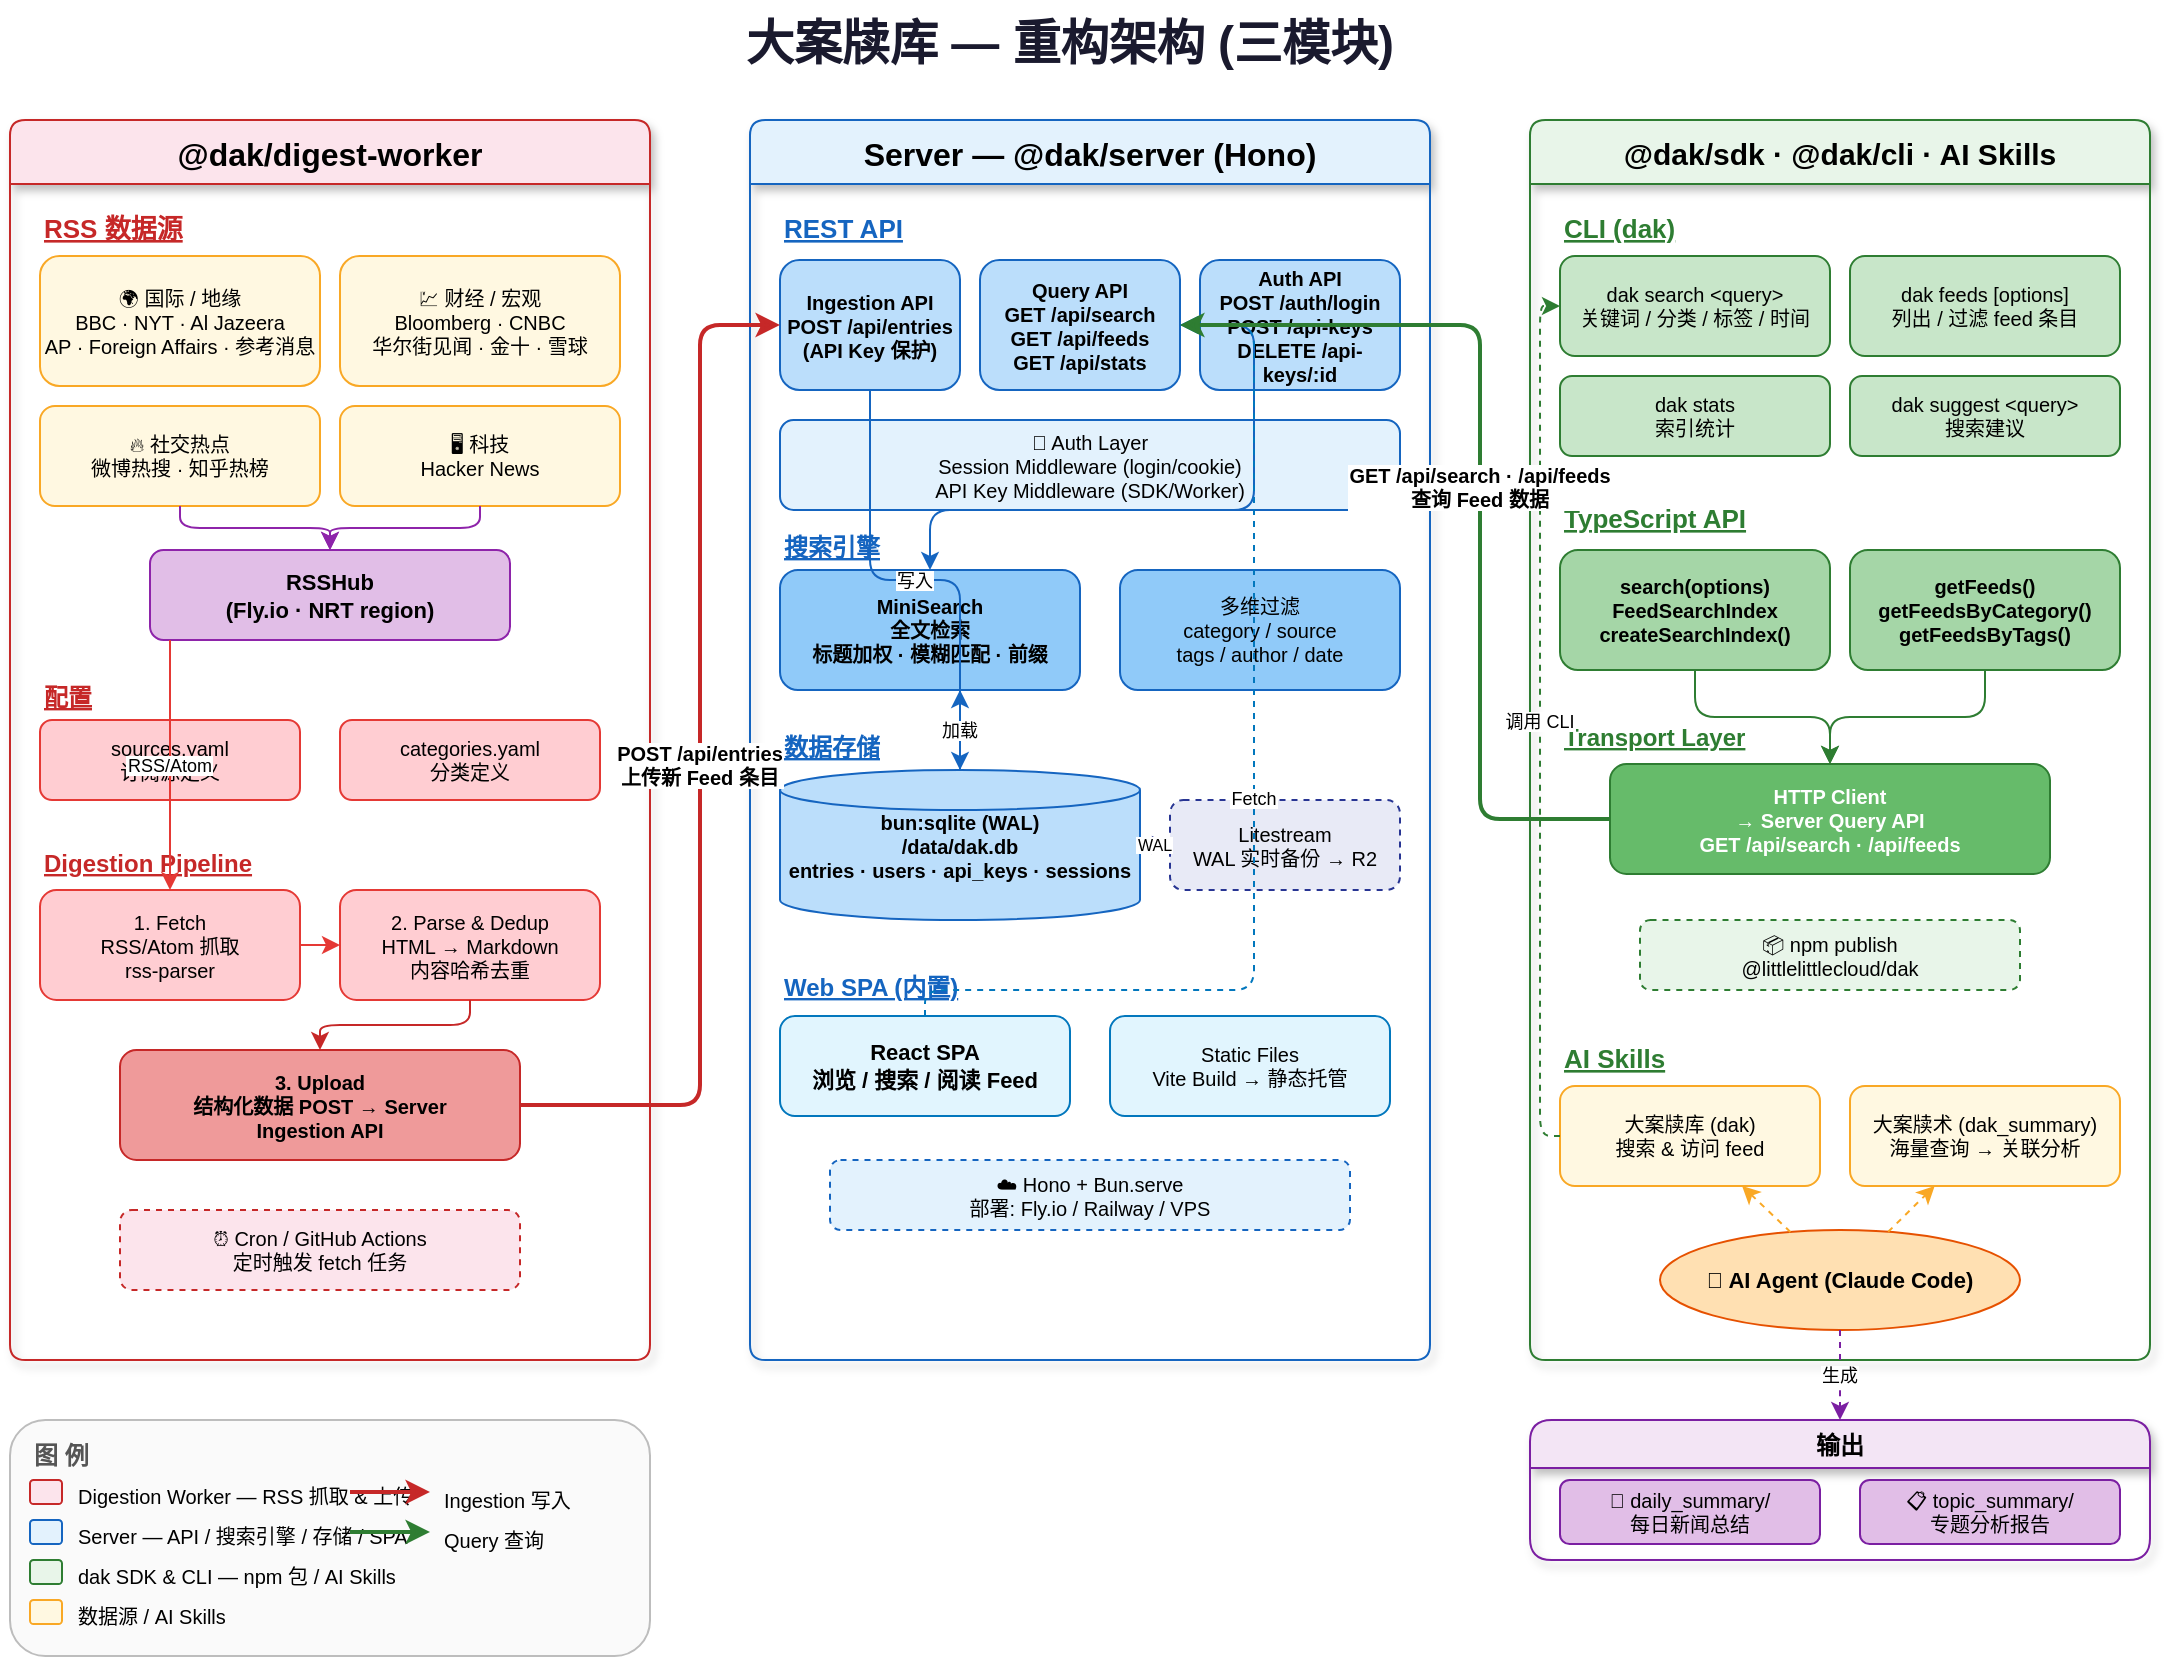
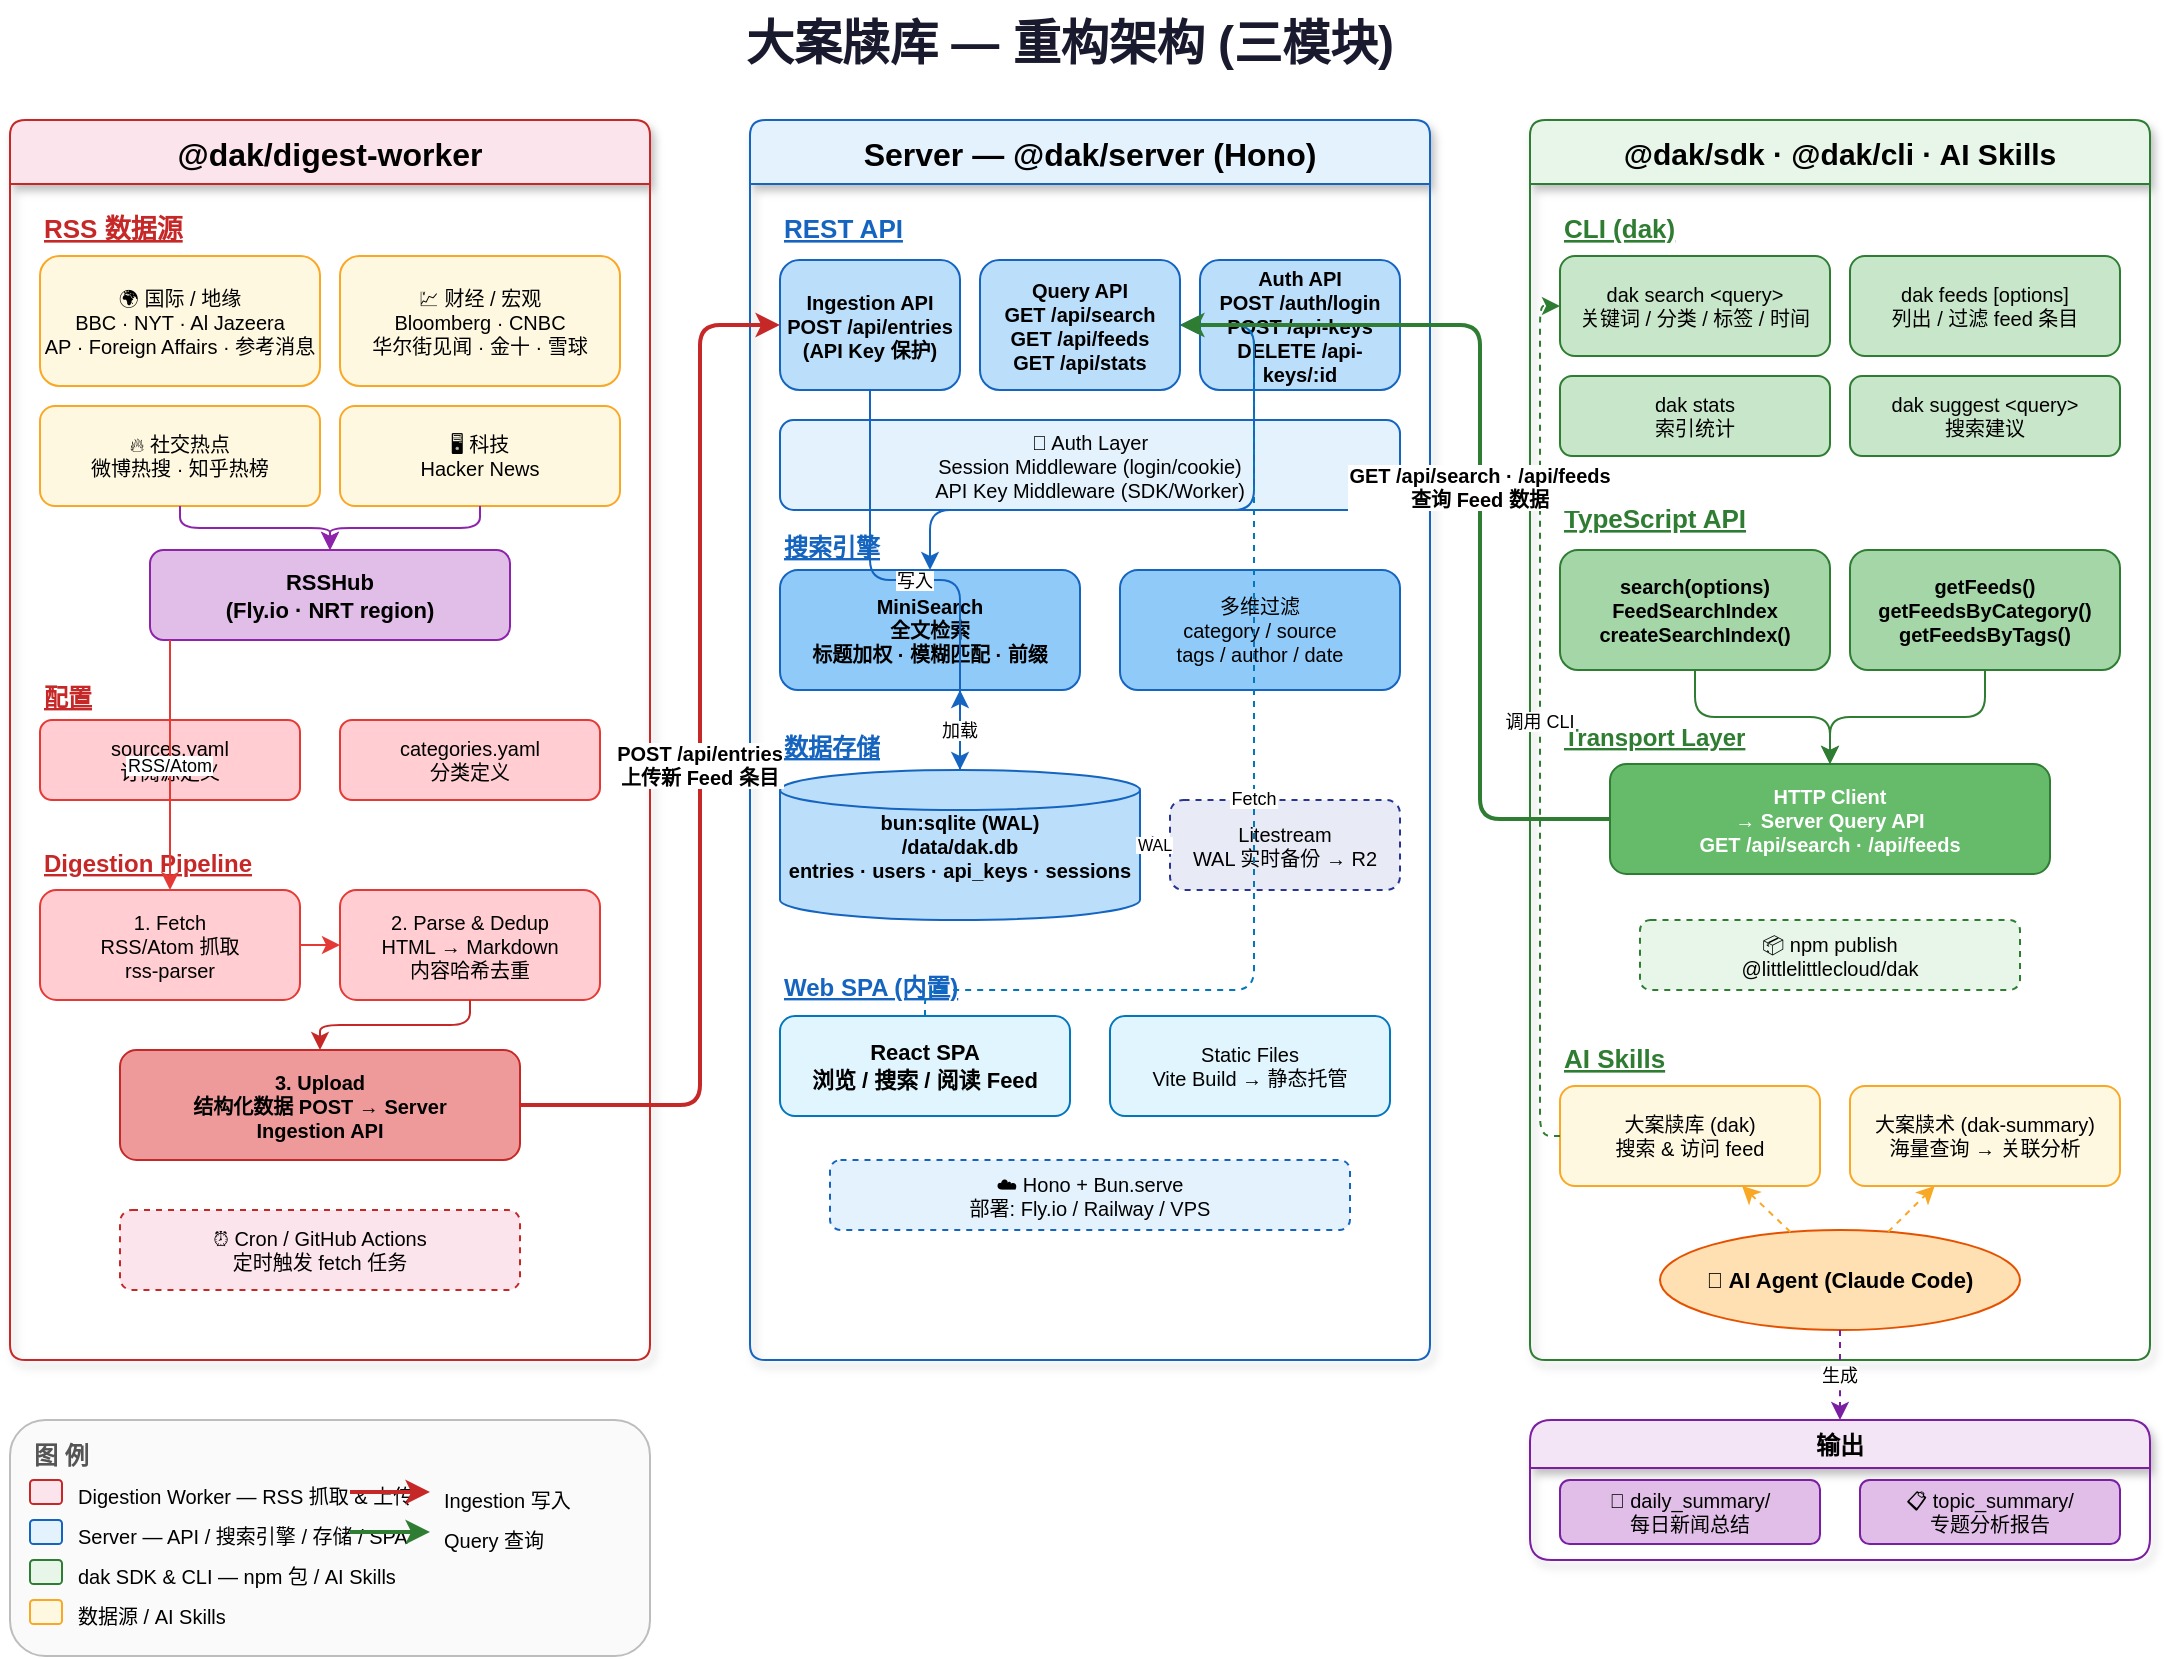
<mxfile host="65bd71144e">
    <diagram name="大案牍库 — 重构架构" id="arch-v2">
        <mxGraphModel dx="736" dy="634" grid="0" gridSize="10" guides="1" tooltips="1" connect="1" arrows="1" fold="1" page="1" pageScale="1" pageWidth="1200" pageHeight="900" math="0" shadow="0">
            <root>
                <mxCell id="0"/>
                <mxCell id="1" parent="0"/>
                <mxCell id="title" value="大案牍库 — 重构架构 (三模块)" style="text;fontSize=24;fontStyle=1;fillColor=none;strokeColor=none;fontColor=#1a1a2e;align=center;" parent="1" vertex="1">
                    <mxGeometry x="250" y="10" width="600" height="40" as="geometry"/>
                </mxCell>
                <mxCell id="dw_boundary" value="@dak/digest-worker" style="swimlane;startSize=32;fillColor=#fce4ec;strokeColor=#c62828;fontStyle=1;fontSize=16;rounded=1;swimlaneLine=1;arcSize=8;shadow=1;" parent="1" vertex="1">
                    <mxGeometry x="20" y="70" width="320" height="620" as="geometry"/>
                </mxCell>
                <mxCell id="dw_sources_label" value="RSS 数据源" style="text;fontSize=13;fontStyle=5;fillColor=none;strokeColor=none;fontColor=#c62828;" parent="dw_boundary" vertex="1">
                    <mxGeometry x="15" y="40" width="120" height="22" as="geometry"/>
                </mxCell>
                <mxCell id="dw_src_intl" value="🌍 国际 / 地缘&#xa;BBC · NYT · Al Jazeera&#xa;AP · Foreign Affairs · 参考消息" style="rounded=1;whiteSpace=wrap;fillColor=#fff8e1;strokeColor=#f9a825;fontSize=10;" parent="dw_boundary" vertex="1">
                    <mxGeometry x="15" y="68" width="140" height="65" as="geometry"/>
                </mxCell>
                <mxCell id="dw_src_fin" value="💹 财经 / 宏观&#xa;Bloomberg · CNBC&#xa;华尔街见闻 · 金十 · 雪球" style="rounded=1;whiteSpace=wrap;fillColor=#fff8e1;strokeColor=#f9a825;fontSize=10;" parent="dw_boundary" vertex="1">
                    <mxGeometry x="165" y="68" width="140" height="65" as="geometry"/>
                </mxCell>
                <mxCell id="dw_src_social" value="🔥 社交热点&#xa;微博热搜 · 知乎热榜" style="rounded=1;whiteSpace=wrap;fillColor=#fff8e1;strokeColor=#f9a825;fontSize=10;" parent="dw_boundary" vertex="1">
                    <mxGeometry x="15" y="143" width="140" height="50" as="geometry"/>
                </mxCell>
                <mxCell id="dw_src_tech" value="🖥 科技&#xa;Hacker News" style="rounded=1;whiteSpace=wrap;fillColor=#fff8e1;strokeColor=#f9a825;fontSize=10;" parent="dw_boundary" vertex="1">
                    <mxGeometry x="165" y="143" width="140" height="50" as="geometry"/>
                </mxCell>
                <mxCell id="dw_rsshub" value="RSSHub&#xa;(Fly.io · NRT region)" style="rounded=1;whiteSpace=wrap;fillColor=#e1bee7;strokeColor=#8e24aa;fontStyle=1;fontSize=11;" parent="dw_boundary" vertex="1">
                    <mxGeometry x="70" y="215" width="180" height="45" as="geometry"/>
                </mxCell>
                <mxCell id="e_src_rsshub" value="" style="edgeStyle=orthogonalEdgeStyle;rounded=1;strokeColor=#8e24aa;exitX=0.5;exitY=1;entryX=0.5;entryY=0;" parent="dw_boundary" source="dw_src_social" target="dw_rsshub" edge="1">
                    <mxGeometry relative="1" as="geometry"/>
                </mxCell>
                <mxCell id="e_src2_rsshub" value="" style="edgeStyle=orthogonalEdgeStyle;rounded=1;strokeColor=#8e24aa;exitX=0.5;exitY=1;entryX=0.5;entryY=0;" parent="dw_boundary" source="dw_src_tech" target="dw_rsshub" edge="1">
                    <mxGeometry relative="1" as="geometry"/>
                </mxCell>
                <mxCell id="dw_config_label" value="配置" style="text;fontSize=12;fontStyle=5;fillColor=none;strokeColor=none;fontColor=#c62828;" parent="dw_boundary" vertex="1">
                    <mxGeometry x="15" y="275" width="60" height="20" as="geometry"/>
                </mxCell>
                <mxCell id="dw_sources_yaml" value="sources.yaml&#xa;订阅源定义" style="rounded=1;whiteSpace=wrap;fillColor=#ffcdd2;strokeColor=#e53935;fontSize=10;" parent="dw_boundary" vertex="1">
                    <mxGeometry x="15" y="300" width="130" height="40" as="geometry"/>
                </mxCell>
                <mxCell id="dw_cats_yaml" value="categories.yaml&#xa;分类定义" style="rounded=1;whiteSpace=wrap;fillColor=#ffcdd2;strokeColor=#e53935;fontSize=10;" parent="dw_boundary" vertex="1">
                    <mxGeometry x="165" y="300" width="130" height="40" as="geometry"/>
                </mxCell>
                <mxCell id="dw_pipeline_label" value="Digestion Pipeline" style="text;fontSize=12;fontStyle=5;fillColor=none;strokeColor=none;fontColor=#c62828;" parent="dw_boundary" vertex="1">
                    <mxGeometry x="15" y="358" width="150" height="20" as="geometry"/>
                </mxCell>
                <mxCell id="dw_fetch" value="1. Fetch&#xa;RSS/Atom 抓取&#xa;rss-parser" style="rounded=1;whiteSpace=wrap;fillColor=#ffcdd2;strokeColor=#e53935;fontSize=10;fontStyle=0;" parent="dw_boundary" vertex="1">
                    <mxGeometry x="15" y="385" width="130" height="55" as="geometry"/>
                </mxCell>
                <mxCell id="dw_parse" value="2. Parse &amp; Dedup&#xa;HTML → Markdown&#xa;内容哈希去重" style="rounded=1;whiteSpace=wrap;fillColor=#ffcdd2;strokeColor=#e53935;fontSize=10;" parent="dw_boundary" vertex="1">
                    <mxGeometry x="165" y="385" width="130" height="55" as="geometry"/>
                </mxCell>
                <mxCell id="dw_upload" value="3. Upload&#xa;结构化数据 POST → Server&#xa;Ingestion API" style="rounded=1;whiteSpace=wrap;fillColor=#ef9a9a;strokeColor=#c62828;fontSize=10;fontStyle=1;" parent="dw_boundary" vertex="1">
                    <mxGeometry x="55" y="465" width="200" height="55" as="geometry"/>
                </mxCell>
                <mxCell id="e_rsshub_fetch" value="RSS/Atom" style="edgeStyle=orthogonalEdgeStyle;rounded=1;strokeColor=#e53935;fontSize=9;" parent="dw_boundary" source="dw_rsshub" target="dw_fetch" edge="1">
                    <mxGeometry relative="1" as="geometry">
                        <Array as="points">
                            <mxPoint x="80" y="280"/>
                        </Array>
                    </mxGeometry>
                </mxCell>
                <mxCell id="e_fetch_parse" value="" style="edgeStyle=orthogonalEdgeStyle;rounded=1;strokeColor=#e53935;" parent="dw_boundary" source="dw_fetch" target="dw_parse" edge="1">
                    <mxGeometry relative="1" as="geometry"/>
                </mxCell>
                <mxCell id="e_parse_upload" value="" style="edgeStyle=orthogonalEdgeStyle;rounded=1;strokeColor=#c62828;" parent="dw_boundary" source="dw_parse" target="dw_upload" edge="1">
                    <mxGeometry relative="1" as="geometry"/>
                </mxCell>
                <mxCell id="dw_scheduler" value="⏰ Cron / GitHub Actions&#xa;定时触发 fetch 任务" style="rounded=1;whiteSpace=wrap;fillColor=#fce4ec;strokeColor=#c62828;fontSize=10;dashed=1;" parent="dw_boundary" vertex="1">
                    <mxGeometry x="55" y="545" width="200" height="40" as="geometry"/>
                </mxCell>
                <mxCell id="sv_boundary" value="Server — @dak/server (Hono)" style="swimlane;startSize=32;fillColor=#e3f2fd;strokeColor=#1565c0;fontStyle=1;fontSize=16;rounded=1;swimlaneLine=1;arcSize=8;shadow=1;" parent="1" vertex="1">
                    <mxGeometry x="390" y="70" width="340" height="620" as="geometry"/>
                </mxCell>
                <mxCell id="sv_api_label" value="REST API" style="text;fontSize=13;fontStyle=5;fillColor=none;strokeColor=none;fontColor=#1565c0;" parent="sv_boundary" vertex="1">
                    <mxGeometry x="15" y="40" width="100" height="22" as="geometry"/>
                </mxCell>
                <mxCell id="sv_ingest_api" value="Ingestion API&#xa;POST /api/entries&#xa;(API Key 保护)" style="rounded=1;whiteSpace=wrap;fillColor=#bbdefb;strokeColor=#1565c0;fontSize=10;fontStyle=1;" parent="sv_boundary" vertex="1">
                    <mxGeometry x="15" y="70" width="90" height="65" as="geometry"/>
                </mxCell>
                <mxCell id="sv_query_api" value="Query API&#xa;GET /api/search&#xa;GET /api/feeds&#xa;GET /api/stats" style="rounded=1;whiteSpace=wrap;fillColor=#bbdefb;strokeColor=#1565c0;fontSize=10;fontStyle=1;" parent="sv_boundary" vertex="1">
                    <mxGeometry x="115" y="70" width="100" height="65" as="geometry"/>
                </mxCell>
                <mxCell id="sv_auth_api" value="Auth API&#xa;POST /auth/login&#xa;POST /api-keys&#xa;DELETE /api-keys/:id" style="rounded=1;whiteSpace=wrap;fillColor=#bbdefb;strokeColor=#1565c0;fontSize=10;fontStyle=1;" parent="sv_boundary" vertex="1">
                    <mxGeometry x="225" y="70" width="100" height="65" as="geometry"/>
                </mxCell>
                <mxCell id="sv_auth" value="🔐 Auth Layer&#xa;Session Middleware (login/cookie)&#xa;API Key Middleware (SDK/Worker)" style="rounded=1;whiteSpace=wrap;fillColor=#e3f2fd;strokeColor=#1565c0;fontSize=10;dashed=0;" parent="sv_boundary" vertex="1">
                    <mxGeometry x="15" y="150" width="310" height="45" as="geometry"/>
                </mxCell>
                <mxCell id="sv_search_label" value="搜索引擎" style="text;fontSize=12;fontStyle=5;fillColor=none;strokeColor=none;fontColor=#1565c0;" parent="sv_boundary" vertex="1">
                    <mxGeometry x="15" y="200" width="100" height="20" as="geometry"/>
                </mxCell>
                <mxCell id="sv_minisearch" value="MiniSearch&#xa;全文检索&#xa;标题加权 · 模糊匹配 · 前缀" style="rounded=1;whiteSpace=wrap;fillColor=#90caf9;strokeColor=#1565c0;fontSize=10;fontStyle=1;" parent="sv_boundary" vertex="1">
                    <mxGeometry x="15" y="225" width="150" height="60" as="geometry"/>
                </mxCell>
                <mxCell id="sv_filter" value="多维过滤&#xa;category / source&#xa;tags / author / date" style="rounded=1;whiteSpace=wrap;fillColor=#90caf9;strokeColor=#1565c0;fontSize=10;" parent="sv_boundary" vertex="1">
                    <mxGeometry x="185" y="225" width="140" height="60" as="geometry"/>
                </mxCell>
                <mxCell id="sv_storage_label" value="数据存储" style="text;fontSize=12;fontStyle=5;fillColor=none;strokeColor=none;fontColor=#1565c0;" parent="sv_boundary" vertex="1">
                    <mxGeometry x="15" y="300" width="100" height="20" as="geometry"/>
                </mxCell>
                <mxCell id="sv_db" value="bun:sqlite (WAL)&#xa;/data/dak.db&#xa;entries · users · api_keys · sessions" style="shape=cylinder3;whiteSpace=wrap;fillColor=#bbdefb;strokeColor=#1565c0;fontStyle=1;fontSize=10;size=10;" parent="sv_boundary" vertex="1">
                    <mxGeometry x="15" y="325" width="180" height="75" as="geometry"/>
                </mxCell>
                <mxCell id="sv_litestream" value="Litestream&#xa;WAL 实时备份 → R2" style="rounded=1;whiteSpace=wrap;fillColor=#e8eaf6;strokeColor=#283593;fontSize=10;dashed=1;" parent="sv_boundary" vertex="1">
                    <mxGeometry x="210" y="340" width="115" height="45" as="geometry"/>
                </mxCell>
                <mxCell id="e_db_litestream" value="WAL" style="edgeStyle=orthogonalEdgeStyle;rounded=1;strokeColor=#283593;fontSize=8;dashed=1;" parent="sv_boundary" source="sv_db" target="sv_litestream" edge="1">
                    <mxGeometry relative="1" as="geometry"/>
                </mxCell>
                <mxCell id="sv_spa_label" value="Web SPA (内置)" style="text;fontSize=12;fontStyle=5;fillColor=none;strokeColor=none;fontColor=#1565c0;" parent="sv_boundary" vertex="1">
                    <mxGeometry x="15" y="420" width="140" height="20" as="geometry"/>
                </mxCell>
                <mxCell id="sv_spa" value="React SPA&#xa;浏览 / 搜索 / 阅读 Feed" style="rounded=1;whiteSpace=wrap;fillColor=#e1f5fe;strokeColor=#0277bd;fontSize=11;fontStyle=1;" parent="sv_boundary" vertex="1">
                    <mxGeometry x="15" y="448" width="145" height="50" as="geometry"/>
                </mxCell>
                <mxCell id="sv_static" value="Static Files&#xa;Vite Build → 静态托管" style="rounded=1;whiteSpace=wrap;fillColor=#e1f5fe;strokeColor=#0277bd;fontSize=10;" parent="sv_boundary" vertex="1">
                    <mxGeometry x="180" y="448" width="140" height="50" as="geometry"/>
                </mxCell>
                <mxCell id="sv_deploy" value="☁️ Hono + Bun.serve&#xa;部署: Fly.io / Railway / VPS" style="rounded=1;whiteSpace=wrap;fillColor=#e3f2fd;strokeColor=#1565c0;fontSize=10;dashed=1;" parent="sv_boundary" vertex="1">
                    <mxGeometry x="40" y="520" width="260" height="35" as="geometry"/>
                </mxCell>
                <mxCell id="e_ingest_db" value="写入" style="edgeStyle=orthogonalEdgeStyle;rounded=1;strokeColor=#1565c0;fontSize=9;" parent="sv_boundary" source="sv_ingest_api" target="sv_db" edge="1">
                    <mxGeometry relative="1" as="geometry"/>
                </mxCell>
                <mxCell id="e_query_search" value="" style="edgeStyle=orthogonalEdgeStyle;rounded=1;strokeColor=#1565c0;fontSize=9;" parent="sv_boundary" source="sv_query_api" target="sv_minisearch" edge="1">
                    <mxGeometry relative="1" as="geometry">
                        <Array as="points">
                            <mxPoint x="252" y="195"/>
                            <mxPoint x="90" y="195"/>
                        </Array>
                    </mxGeometry>
                </mxCell>
                <mxCell id="e_db_search" value="加载" style="edgeStyle=orthogonalEdgeStyle;rounded=1;strokeColor=#1565c0;fontSize=9;" parent="sv_boundary" source="sv_db" target="sv_minisearch" edge="1">
                    <mxGeometry relative="1" as="geometry">
                        <Array as="points">
                            <mxPoint x="45" y="362"/>
                            <mxPoint x="45" y="255"/>
                        </Array>
                    </mxGeometry>
                </mxCell>
                <mxCell id="e_spa_query" value="Fetch" style="edgeStyle=orthogonalEdgeStyle;rounded=1;strokeColor=#0277bd;fontSize=9;dashed=1;" parent="sv_boundary" source="sv_spa" target="sv_query_api" edge="1">
                    <mxGeometry relative="1" as="geometry">
                        <Array as="points">
                            <mxPoint x="88" y="435"/>
                            <mxPoint x="252" y="435"/>
                        </Array>
                    </mxGeometry>
                </mxCell>
                <mxCell id="sdk_boundary" value="@dak/sdk · @dak/cli · AI Skills" style="swimlane;startSize=32;fillColor=#e8f5e9;strokeColor=#2e7d32;fontStyle=1;fontSize=15;rounded=1;swimlaneLine=1;arcSize=8;shadow=1;" parent="1" vertex="1">
                    <mxGeometry x="780" y="70" width="310" height="620" as="geometry"/>
                </mxCell>
                <mxCell id="sdk_cli_label" value="CLI (dak)" style="text;fontSize=13;fontStyle=5;fillColor=none;strokeColor=none;fontColor=#2e7d32;" parent="sdk_boundary" vertex="1">
                    <mxGeometry x="15" y="40" width="100" height="22" as="geometry"/>
                </mxCell>
                <mxCell id="sdk_cli_search" value="dak search &lt;query&gt;&#xa;关键词 / 分类 / 标签 / 时间" style="rounded=1;whiteSpace=wrap;fillColor=#c8e6c9;strokeColor=#2e7d32;fontSize=10;" parent="sdk_boundary" vertex="1">
                    <mxGeometry x="15" y="68" width="135" height="50" as="geometry"/>
                </mxCell>
                <mxCell id="sdk_cli_feeds" value="dak feeds [options]&#xa;列出 / 过滤 feed 条目" style="rounded=1;whiteSpace=wrap;fillColor=#c8e6c9;strokeColor=#2e7d32;fontSize=10;" parent="sdk_boundary" vertex="1">
                    <mxGeometry x="160" y="68" width="135" height="50" as="geometry"/>
                </mxCell>
                <mxCell id="sdk_cli_stats" value="dak stats&#xa;索引统计" style="rounded=1;whiteSpace=wrap;fillColor=#c8e6c9;strokeColor=#2e7d32;fontSize=10;" parent="sdk_boundary" vertex="1">
                    <mxGeometry x="15" y="128" width="135" height="40" as="geometry"/>
                </mxCell>
                <mxCell id="sdk_cli_suggest" value="dak suggest &lt;query&gt;&#xa;搜索建议" style="rounded=1;whiteSpace=wrap;fillColor=#c8e6c9;strokeColor=#2e7d32;fontSize=10;" parent="sdk_boundary" vertex="1">
                    <mxGeometry x="160" y="128" width="135" height="40" as="geometry"/>
                </mxCell>
                <mxCell id="sdk_api_label" value="TypeScript API" style="text;fontSize=13;fontStyle=5;fillColor=none;strokeColor=none;fontColor=#2e7d32;" parent="sdk_boundary" vertex="1">
                    <mxGeometry x="15" y="185" width="140" height="22" as="geometry"/>
                </mxCell>
                <mxCell id="sdk_search" value="search(options)&#xa;FeedSearchIndex&#xa;createSearchIndex()" style="rounded=1;whiteSpace=wrap;fillColor=#a5d6a7;strokeColor=#2e7d32;fontSize=10;fontStyle=1;" parent="sdk_boundary" vertex="1">
                    <mxGeometry x="15" y="215" width="135" height="60" as="geometry"/>
                </mxCell>
                <mxCell id="sdk_feeds" value="getFeeds()&#xa;getFeedsByCategory()&#xa;getFeedsByTags()" style="rounded=1;whiteSpace=wrap;fillColor=#a5d6a7;strokeColor=#2e7d32;fontSize=10;fontStyle=1;" parent="sdk_boundary" vertex="1">
                    <mxGeometry x="160" y="215" width="135" height="60" as="geometry"/>
                </mxCell>
                <mxCell id="sdk_http_label" value="Transport Layer" style="text;fontSize=12;fontStyle=5;fillColor=none;strokeColor=none;fontColor=#2e7d32;" parent="sdk_boundary" vertex="1">
                    <mxGeometry x="15" y="295" width="140" height="20" as="geometry"/>
                </mxCell>
                <mxCell id="sdk_http" value="HTTP Client&#xa;→ Server Query API&#xa;GET /api/search · /api/feeds" style="rounded=1;whiteSpace=wrap;fillColor=#66bb6a;strokeColor=#2e7d32;fontSize=10;fontColor=#ffffff;fontStyle=1;" parent="sdk_boundary" vertex="1">
                    <mxGeometry x="40" y="322" width="220" height="55" as="geometry"/>
                </mxCell>
                <mxCell id="e_sdk_api_http" value="" style="edgeStyle=orthogonalEdgeStyle;rounded=1;strokeColor=#2e7d32;" parent="sdk_boundary" source="sdk_search" target="sdk_http" edge="1">
                    <mxGeometry relative="1" as="geometry"/>
                </mxCell>
                <mxCell id="e_sdk_feeds_http" value="" style="edgeStyle=orthogonalEdgeStyle;rounded=1;strokeColor=#2e7d32;" parent="sdk_boundary" source="sdk_feeds" target="sdk_http" edge="1">
                    <mxGeometry relative="1" as="geometry"/>
                </mxCell>
                <mxCell id="sdk_npm" value="📦 npm publish&#xa;@littlelittlecloud/dak" style="rounded=1;whiteSpace=wrap;fillColor=#e8f5e9;strokeColor=#2e7d32;fontSize=10;dashed=1;" parent="sdk_boundary" vertex="1">
                    <mxGeometry x="55" y="400" width="190" height="35" as="geometry"/>
                </mxCell>
                <mxCell id="sdk_skills_label" value="AI Skills" style="text;fontSize=13;fontStyle=5;fillColor=none;strokeColor=none;fontColor=#2e7d32;" parent="sdk_boundary" vertex="1">
                    <mxGeometry x="15" y="455" width="100" height="22" as="geometry"/>
                </mxCell>
                <mxCell id="sdk_skill_dak" value="大案牍库 (dak)&#xa;搜索 &amp; 访问 feed" style="rounded=1;whiteSpace=wrap;fillColor=#fff8e1;strokeColor=#f9a825;fontSize=10;" parent="sdk_boundary" vertex="1">
                    <mxGeometry x="15" y="483" width="130" height="50" as="geometry"/>
                </mxCell>
-                 <mxCell id="sdk_skill_summary" value="大案牍术 (dak_summary)&#xa;海量查询 → 关联分析" style="rounded=1;whiteSpace=wrap;fillColor=#fff8e1;strokeColor=#f9a825;fontSize=10;" parent="sdk_boundary" vertex="1">
+                 <mxCell id="sdk_skill_summary" value="大案牍术 (dak-summary)&#xa;海量查询 → 关联分析" style="rounded=1;whiteSpace=wrap;fillColor=#fff8e1;strokeColor=#f9a825;fontSize=10;" parent="sdk_boundary" vertex="1">
                    <mxGeometry x="160" y="483" width="135" height="50" as="geometry"/>
                </mxCell>
                <mxCell id="sdk_agent" value="🤖 AI Agent (Claude Code)" style="ellipse;whiteSpace=wrap;fillColor=#ffe0b2;strokeColor=#e65100;fontStyle=1;fontSize=11;" parent="sdk_boundary" vertex="1">
                    <mxGeometry x="65" y="555" width="180" height="50" as="geometry"/>
                </mxCell>
                <mxCell id="e_agent_skill1" value="" style="rounded=1;strokeColor=#f9a825;dashed=1;" parent="sdk_boundary" source="sdk_agent" target="sdk_skill_dak" edge="1">
                    <mxGeometry relative="1" as="geometry"/>
                </mxCell>
                <mxCell id="e_agent_skill2" value="" style="rounded=1;strokeColor=#f9a825;dashed=1;" parent="sdk_boundary" source="sdk_agent" target="sdk_skill_summary" edge="1">
                    <mxGeometry relative="1" as="geometry"/>
                </mxCell>
                <mxCell id="e_skill_cli" value="调用 CLI" style="edgeStyle=orthogonalEdgeStyle;rounded=1;strokeColor=#2e7d32;dashed=1;fontSize=9;" parent="sdk_boundary" source="sdk_skill_dak" target="sdk_cli_search" edge="1">
                    <mxGeometry relative="1" as="geometry">
                        <Array as="points">
                            <mxPoint x="5" y="508"/>
                            <mxPoint x="5" y="93"/>
                        </Array>
                    </mxGeometry>
                </mxCell>
                <mxCell id="e_worker_server" value="POST /api/entries&#xa;上传新 Feed 条目" style="edgeStyle=orthogonalEdgeStyle;rounded=1;strokeColor=#c62828;strokeWidth=2;fontSize=10;fontStyle=1;exitX=1;exitY=0.5;entryX=0;entryY=0.5;" parent="1" source="dw_upload" target="sv_ingest_api" edge="1">
                    <mxGeometry relative="1" as="geometry">
                        <Array as="points">
                            <mxPoint x="365" y="562"/>
                            <mxPoint x="365" y="172"/>
                        </Array>
                    </mxGeometry>
                </mxCell>
                <mxCell id="e_sdk_server" value="GET /api/search · /api/feeds&#xa;查询 Feed 数据" style="edgeStyle=orthogonalEdgeStyle;rounded=1;strokeColor=#2e7d32;strokeWidth=2;fontSize=10;fontStyle=1;exitX=0;exitY=0.5;entryX=1;entryY=0.5;" parent="1" source="sdk_http" target="sv_query_api" edge="1">
                    <mxGeometry relative="1" as="geometry">
                        <Array as="points">
                            <mxPoint x="755" y="419"/>
                            <mxPoint x="755" y="172"/>
                        </Array>
                    </mxGeometry>
                </mxCell>
                <mxCell id="outputs_group" value="输出" style="swimlane;startSize=24;fillColor=#f3e5f5;strokeColor=#7b1fa2;fontStyle=1;fontSize=12;rounded=1;shadow=1;" parent="1" vertex="1">
                    <mxGeometry x="780" y="720" width="310" height="70" as="geometry"/>
                </mxCell>
                <mxCell id="out_daily" value="📅 daily_summary/&#xa;每日新闻总结" style="rounded=1;whiteSpace=wrap;fillColor=#e1bee7;strokeColor=#7b1fa2;fontSize=10;" parent="outputs_group" vertex="1">
                    <mxGeometry x="15" y="30" width="130" height="32" as="geometry"/>
                </mxCell>
                <mxCell id="out_topic" value="📋 topic_summary/&#xa;专题分析报告" style="rounded=1;whiteSpace=wrap;fillColor=#e1bee7;strokeColor=#7b1fa2;fontSize=10;" parent="outputs_group" vertex="1">
                    <mxGeometry x="165" y="30" width="130" height="32" as="geometry"/>
                </mxCell>
                <mxCell id="e_skills_output" value="生成" style="edgeStyle=orthogonalEdgeStyle;rounded=1;strokeColor=#7b1fa2;dashed=1;fontSize=9;" parent="1" source="sdk_agent" target="outputs_group" edge="1">
                    <mxGeometry relative="1" as="geometry">
                        <Array as="points">
                            <mxPoint x="935" y="705"/>
                        </Array>
                    </mxGeometry>
                </mxCell>
                <mxCell id="legend_box" value="" style="rounded=1;fillColor=#fafafa;strokeColor=#bdbdbd;shadow=0;" parent="1" vertex="1">
                    <mxGeometry x="20" y="720" width="320" height="118" as="geometry"/>
                </mxCell>
                <mxCell id="leg_title" value="图 例" style="text;fontSize=12;fontStyle=1;fillColor=none;strokeColor=none;fontColor=#555;" parent="1" vertex="1">
                    <mxGeometry x="30" y="724" width="50" height="20" as="geometry"/>
                </mxCell>
                <mxCell id="leg1c" value="" style="rounded=1;fillColor=#fce4ec;strokeColor=#c62828;" parent="1" vertex="1">
                    <mxGeometry x="30" y="750" width="16" height="12" as="geometry"/>
                </mxCell>
                <mxCell id="leg1l" value="Digestion Worker — RSS 抓取 &amp; 上传" style="text;fontSize=10;fillColor=none;strokeColor=none;" parent="1" vertex="1">
                    <mxGeometry x="52" y="746" width="220" height="18" as="geometry"/>
                </mxCell>
                <mxCell id="leg2c" value="" style="rounded=1;fillColor=#e3f2fd;strokeColor=#1565c0;" parent="1" vertex="1">
                    <mxGeometry x="30" y="770" width="16" height="12" as="geometry"/>
                </mxCell>
                <mxCell id="leg2l" value="Server — API / 搜索引擎 / 存储 / SPA" style="text;fontSize=10;fillColor=none;strokeColor=none;" parent="1" vertex="1">
                    <mxGeometry x="52" y="766" width="230" height="18" as="geometry"/>
                </mxCell>
                <mxCell id="leg3c" value="" style="rounded=1;fillColor=#e8f5e9;strokeColor=#2e7d32;" parent="1" vertex="1">
                    <mxGeometry x="30" y="790" width="16" height="12" as="geometry"/>
                </mxCell>
                <mxCell id="leg3l" value="dak SDK &amp; CLI — npm 包 / AI Skills" style="text;fontSize=10;fillColor=none;strokeColor=none;" parent="1" vertex="1">
                    <mxGeometry x="52" y="786" width="210" height="18" as="geometry"/>
                </mxCell>
                <mxCell id="leg4c" value="" style="rounded=1;fillColor=#fff8e1;strokeColor=#f9a825;" parent="1" vertex="1">
                    <mxGeometry x="30" y="810" width="16" height="12" as="geometry"/>
                </mxCell>
                <mxCell id="leg4l" value="数据源 / AI Skills" style="text;fontSize=10;fillColor=none;strokeColor=none;" parent="1" vertex="1">
                    <mxGeometry x="52" y="806" width="120" height="18" as="geometry"/>
                </mxCell>
                <mxCell id="leg5c" value="" style="endArrow=classic;strokeColor=#c62828;strokeWidth=2;" parent="1" edge="1">
                    <mxGeometry relative="1" as="geometry">
                        <mxPoint x="190" y="756" as="sourcePoint"/>
                        <mxPoint x="230" y="756" as="targetPoint"/>
                    </mxGeometry>
                </mxCell>
                <mxCell id="leg5l" value="Ingestion 写入" style="text;fontSize=10;fillColor=none;strokeColor=none;" parent="1" vertex="1">
                    <mxGeometry x="235" y="748" width="90" height="18" as="geometry"/>
                </mxCell>
                <mxCell id="leg6c" value="" style="endArrow=classic;strokeColor=#2e7d32;strokeWidth=2;" parent="1" edge="1">
                    <mxGeometry relative="1" as="geometry">
                        <mxPoint x="190" y="776" as="sourcePoint"/>
                        <mxPoint x="230" y="776" as="targetPoint"/>
                    </mxGeometry>
                </mxCell>
                <mxCell id="leg6l" value="Query 查询" style="text;fontSize=10;fillColor=none;strokeColor=none;" parent="1" vertex="1">
                    <mxGeometry x="235" y="768" width="80" height="18" as="geometry"/>
                </mxCell>
            </root>
        </mxGraphModel>
    </diagram>
    <diagram id="NI0zwmGdb2UK8EJfF_ig" name="包架构 (6-package)">
        <mxGraphModel dx="736" dy="634" grid="1" gridSize="10" guides="1" tooltips="1" connect="1" arrows="1" fold="1" page="1" pageScale="1" pageWidth="900" pageHeight="700" math="0" shadow="0">
            <root>
                <mxCell id="0"/>
                <mxCell id="1" parent="0"/>
                <mxCell id="pkg_title" value="大案牍库 — 包架构 (Monorepo)" style="text;fontSize=20;fontStyle=1;fillColor=none;strokeColor=none;fontColor=#1a1a2e;align=center;" parent="1" vertex="1">
                    <mxGeometry x="200" y="15" width="500" height="35" as="geometry"/>
                </mxCell>
                <mxCell id="p_contract" value="@dak/contract&#xa;─────────────&#xa;API types · Zod schemas&#xa;route constants" style="rounded=1;whiteSpace=wrap;fillColor=#fff3e0;strokeColor=#e65100;fontStyle=1;fontSize=11;align=center;" parent="1" vertex="1">
                    <mxGeometry x="340" y="70" width="200" height="70" as="geometry"/>
                </mxCell>
                <mxCell id="p_server" value="@dak/server&#xa;─────────────&#xa;Hono · MiniSearch · DB&#xa;REST API · SPA 静态托管" style="rounded=1;whiteSpace=wrap;fillColor=#e3f2fd;strokeColor=#1565c0;fontStyle=1;fontSize=11;align=center;" parent="1" vertex="1">
                    <mxGeometry x="80" y="190" width="200" height="70" as="geometry"/>
                </mxCell>
                <mxCell id="p_ui" value="@dak/ui&#xa;─────────────&#xa;React SPA&#xa;浏览 / 搜索 / 阅读" style="rounded=1;whiteSpace=wrap;fillColor=#f3e5f5;strokeColor=#7b1fa2;fontStyle=1;fontSize=11;align=center;" parent="1" vertex="1">
                    <mxGeometry x="80" y="310" width="200" height="70" as="geometry"/>
                </mxCell>
                <mxCell id="p_sdk" value="@dak/sdk&#xa;─────────────&#xa;Query SDK (search, feeds)&#xa;HTTP Client → Server" style="rounded=1;whiteSpace=wrap;fillColor=#e8f5e9;strokeColor=#2e7d32;fontStyle=1;fontSize=11;align=center;" parent="1" vertex="1">
                    <mxGeometry x="340" y="190" width="200" height="70" as="geometry"/>
                </mxCell>
                <mxCell id="p_cli" value="@dak/cli&#xa;─────────────&#xa;dak search / feeds / stats&#xa;AI Skills 调用入口" style="rounded=1;whiteSpace=wrap;fillColor=#e8f5e9;strokeColor=#2e7d32;fontStyle=1;fontSize=11;align=center;" parent="1" vertex="1">
                    <mxGeometry x="340" y="310" width="200" height="70" as="geometry"/>
                </mxCell>
                <mxCell id="p_worker" value="@dak/ingestion-worker&#xa;─────────────&#xa;RSS fetch · parse · dedup&#xa;POST → Ingestion API" style="rounded=1;whiteSpace=wrap;fillColor=#fce4ec;strokeColor=#c62828;fontStyle=1;fontSize=11;align=center;" parent="1" vertex="1">
                    <mxGeometry x="600" y="190" width="200" height="70" as="geometry"/>
                </mxCell>
                <mxCell id="e_c_server" value="" style="edgeStyle=orthogonalEdgeStyle;rounded=1;strokeColor=#1565c0;exitX=0;exitY=1;entryX=0.5;entryY=0;" parent="1" source="p_contract" target="p_server" edge="1">
                    <mxGeometry relative="1" as="geometry"/>
                </mxCell>
                <mxCell id="e_c_sdk" value="" style="edgeStyle=orthogonalEdgeStyle;rounded=1;strokeColor=#2e7d32;exitX=0.5;exitY=1;entryX=0.5;entryY=0;" parent="1" source="p_contract" target="p_sdk" edge="1">
                    <mxGeometry relative="1" as="geometry"/>
                </mxCell>
                <mxCell id="e_c_worker" value="" style="edgeStyle=orthogonalEdgeStyle;rounded=1;strokeColor=#c62828;exitX=1;exitY=1;entryX=0.5;entryY=0;" parent="1" source="p_contract" target="p_worker" edge="1">
                    <mxGeometry relative="1" as="geometry"/>
                </mxCell>
                <mxCell id="e_c_ui" value="" style="edgeStyle=orthogonalEdgeStyle;rounded=1;strokeColor=#7b1fa2;dashed=1;exitX=0;exitY=0.5;entryX=0;entryY=0.5;" parent="1" source="p_server" target="p_ui" edge="1">
                    <mxGeometry relative="1" as="geometry">
                        <Array as="points">
                            <mxPoint x="50" y="225"/>
                            <mxPoint x="50" y="345"/>
                        </Array>
                    </mxGeometry>
                </mxCell>
                <mxCell id="e_sdk_cli" value="" style="edgeStyle=orthogonalEdgeStyle;rounded=1;strokeColor=#2e7d32;exitX=0.5;exitY=1;entryX=0.5;entryY=0;" parent="1" source="p_sdk" target="p_cli" edge="1">
                    <mxGeometry relative="1" as="geometry"/>
                </mxCell>
                <mxCell id="e_ui_server" value="HTTP" style="edgeStyle=orthogonalEdgeStyle;rounded=1;strokeColor=#7b1fa2;strokeWidth=2;dashed=1;fontSize=9;exitX=1;exitY=0.5;entryX=1;entryY=0.5;" parent="1" source="p_ui" target="p_server" edge="1">
                    <mxGeometry relative="1" as="geometry">
                        <Array as="points">
                            <mxPoint x="310" y="345"/>
                            <mxPoint x="310" y="225"/>
                        </Array>
                    </mxGeometry>
                </mxCell>
                <mxCell id="e_sdk_server" value="HTTP" style="edgeStyle=orthogonalEdgeStyle;rounded=1;strokeColor=#2e7d32;strokeWidth=2;dashed=1;fontSize=9;exitX=0;exitY=0.5;entryX=1;entryY=0.5;" parent="1" source="p_sdk" target="p_server" edge="1">
                    <mxGeometry relative="1" as="geometry"/>
                </mxCell>
                <mxCell id="e_worker_server" value="HTTP" style="edgeStyle=orthogonalEdgeStyle;rounded=1;strokeColor=#c62828;strokeWidth=2;dashed=1;fontSize=9;exitX=0;exitY=1;entryX=1;entryY=1;" parent="1" source="p_worker" target="p_server" edge="1">
                    <mxGeometry relative="1" as="geometry">
                        <Array as="points">
                            <mxPoint x="600" y="280"/>
                            <mxPoint x="280" y="280"/>
                        </Array>
                    </mxGeometry>
                </mxCell>
                <mxCell id="pkg_legend_box" value="" style="rounded=1;fillColor=#fafafa;strokeColor=#bdbdbd;" parent="1" vertex="1">
                    <mxGeometry x="55" y="420" width="750" height="95" as="geometry"/>
                </mxCell>
                <mxCell id="pkg_leg_title" value="图例" style="text;fontSize=12;fontStyle=1;fillColor=none;strokeColor=none;fontColor=#555;" parent="1" vertex="1">
                    <mxGeometry x="65" y="425" width="40" height="18" as="geometry"/>
                </mxCell>
                <mxCell id="pkg_leg_solid" value="" style="endArrow=classic;strokeColor=#333;strokeWidth=1;" parent="1" edge="1">
                    <mxGeometry relative="1" as="geometry">
                        <mxPoint x="65" y="456" as="sourcePoint"/>
                        <mxPoint x="115" y="456" as="targetPoint"/>
                    </mxGeometry>
                </mxCell>
                <mxCell id="pkg_leg_solid_l" value="Build-time dependency (import types/schemas)" style="text;fontSize=10;fillColor=none;strokeColor=none;" parent="1" vertex="1">
                    <mxGeometry x="120" y="448" width="260" height="16" as="geometry"/>
                </mxCell>
                <mxCell id="pkg_leg_dashed" value="" style="endArrow=classic;strokeColor=#333;strokeWidth=2;dashed=1;" parent="1" edge="1">
                    <mxGeometry relative="1" as="geometry">
                        <mxPoint x="65" y="478" as="sourcePoint"/>
                        <mxPoint x="115" y="478" as="targetPoint"/>
                    </mxGeometry>
                </mxCell>
                <mxCell id="pkg_leg_dashed_l" value="Runtime HTTP call (Query API / Ingestion API)" style="text;fontSize=10;fillColor=none;strokeColor=none;" parent="1" vertex="1">
                    <mxGeometry x="120" y="470" width="260" height="16" as="geometry"/>
                </mxCell>
                <mxCell id="pkg_leg_c1" value="" style="rounded=1;fillColor=#fff3e0;strokeColor=#e65100;" parent="1" vertex="1">
                    <mxGeometry x="430" y="448" width="14" height="12" as="geometry"/>
                </mxCell>
                <mxCell id="pkg_leg_c1l" value="@dak/contract — 共享契约" style="text;fontSize=10;fillColor=none;strokeColor=none;" parent="1" vertex="1">
                    <mxGeometry x="450" y="445" width="160" height="16" as="geometry"/>
                </mxCell>
                <mxCell id="pkg_leg_c2" value="" style="rounded=1;fillColor=#e3f2fd;strokeColor=#1565c0;" parent="1" vertex="1">
                    <mxGeometry x="430" y="466" width="14" height="12" as="geometry"/>
                </mxCell>
                <mxCell id="pkg_leg_c2l" value="@dak/server — Hono API 服务" style="text;fontSize=10;fillColor=none;strokeColor=none;" parent="1" vertex="1">
                    <mxGeometry x="450" y="463" width="170" height="16" as="geometry"/>
                </mxCell>
                <mxCell id="pkg_leg_c3" value="" style="rounded=1;fillColor=#e8f5e9;strokeColor=#2e7d32;" parent="1" vertex="1">
                    <mxGeometry x="430" y="484" width="14" height="12" as="geometry"/>
                </mxCell>
                <mxCell id="pkg_leg_c3l" value="@dak/sdk · @dak/cli — 客户端" style="text;fontSize=10;fillColor=none;strokeColor=none;" parent="1" vertex="1">
                    <mxGeometry x="450" y="481" width="170" height="16" as="geometry"/>
                </mxCell>
                <mxCell id="pkg_leg_c4" value="" style="rounded=1;fillColor=#fce4ec;strokeColor=#c62828;" parent="1" vertex="1">
                    <mxGeometry x="640" y="448" width="14" height="12" as="geometry"/>
                </mxCell>
                <mxCell id="pkg_leg_c4l" value="@dak/ingestion-worker" style="text;fontSize=10;fillColor=none;strokeColor=none;" parent="1" vertex="1">
                    <mxGeometry x="660" y="445" width="120" height="16" as="geometry"/>
                </mxCell>
                <mxCell id="pkg_leg_c5" value="" style="rounded=1;fillColor=#f3e5f5;strokeColor=#7b1fa2;" parent="1" vertex="1">
                    <mxGeometry x="640" y="466" width="14" height="12" as="geometry"/>
                </mxCell>
                <mxCell id="pkg_leg_c5l" value="@dak/ui — React SPA" style="text;fontSize=10;fillColor=none;strokeColor=none;" parent="1" vertex="1">
                    <mxGeometry x="660" y="463" width="120" height="16" as="geometry"/>
                </mxCell>
                <mxCell id="dep_server" value="deps: hono, minisearch,&#xa;better-sqlite3, @dak/contract" style="text;fontSize=8;fillColor=none;strokeColor=none;fontColor=#888;align=center;" parent="1" vertex="1">
                    <mxGeometry x="75" y="260" width="210" height="24" as="geometry"/>
                </mxCell>
                <mxCell id="dep_sdk" value="deps: @dak/contract" style="text;fontSize=8;fillColor=none;strokeColor=none;fontColor=#888;align=center;" parent="1" vertex="1">
                    <mxGeometry x="355" y="260" width="170" height="14" as="geometry"/>
                </mxCell>
                <mxCell id="dep_cli" value="deps: @dak/sdk" style="text;fontSize=8;fillColor=none;strokeColor=none;fontColor=#888;align=center;" parent="1" vertex="1">
                    <mxGeometry x="355" y="380" width="170" height="14" as="geometry"/>
                </mxCell>
                <mxCell id="dep_worker" value="deps: rss-parser, turndown,&#xa;@dak/contract" style="text;fontSize=8;fillColor=none;strokeColor=none;fontColor=#888;align=center;" parent="1" vertex="1">
                    <mxGeometry x="595" y="260" width="210" height="24" as="geometry"/>
                </mxCell>
                <mxCell id="dep_ui" value="deps: react, @dak/contract" style="text;fontSize=8;fillColor=none;strokeColor=none;fontColor=#888;align=center;" parent="1" vertex="1">
                    <mxGeometry x="80" y="380" width="200" height="14" as="geometry"/>
                </mxCell>
                <mxCell id="dep_contract" value="deps: zod" style="text;fontSize=8;fillColor=none;strokeColor=none;fontColor=#888;align=center;" parent="1" vertex="1">
                    <mxGeometry x="390" y="140" width="100" height="14" as="geometry"/>
                </mxCell>
            </root>
        </mxGraphModel>
    </diagram>
</mxfile>